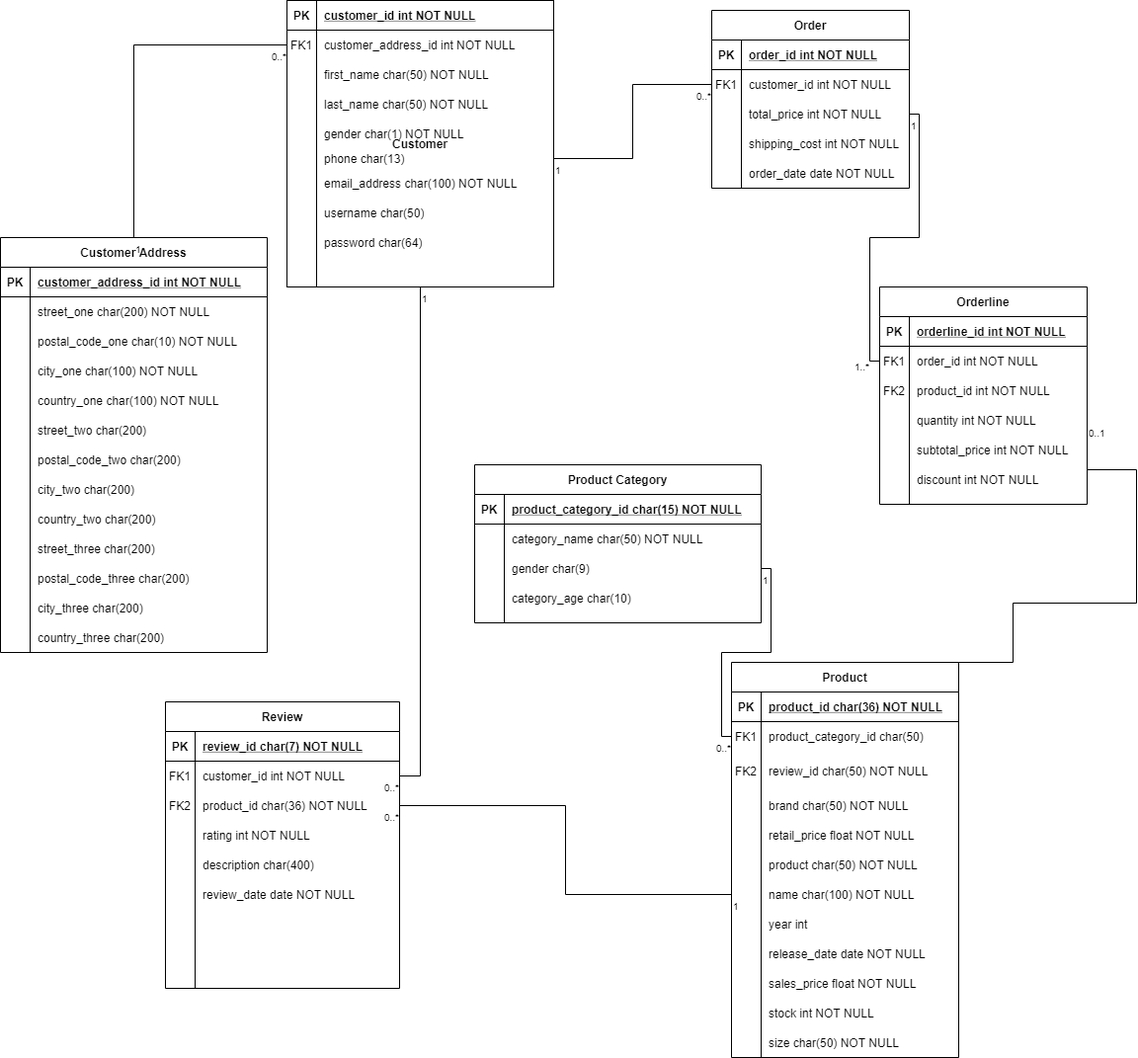
This is Diagrams/Brantayes ERD v2.png from Cerbersec/WebApp, a draw.io export, as it was before one commit. Source tidied: cells renumbered, new cells last; positions are measured from the earlier drawing's top-left corner, leaving out a move shared by most shapes.
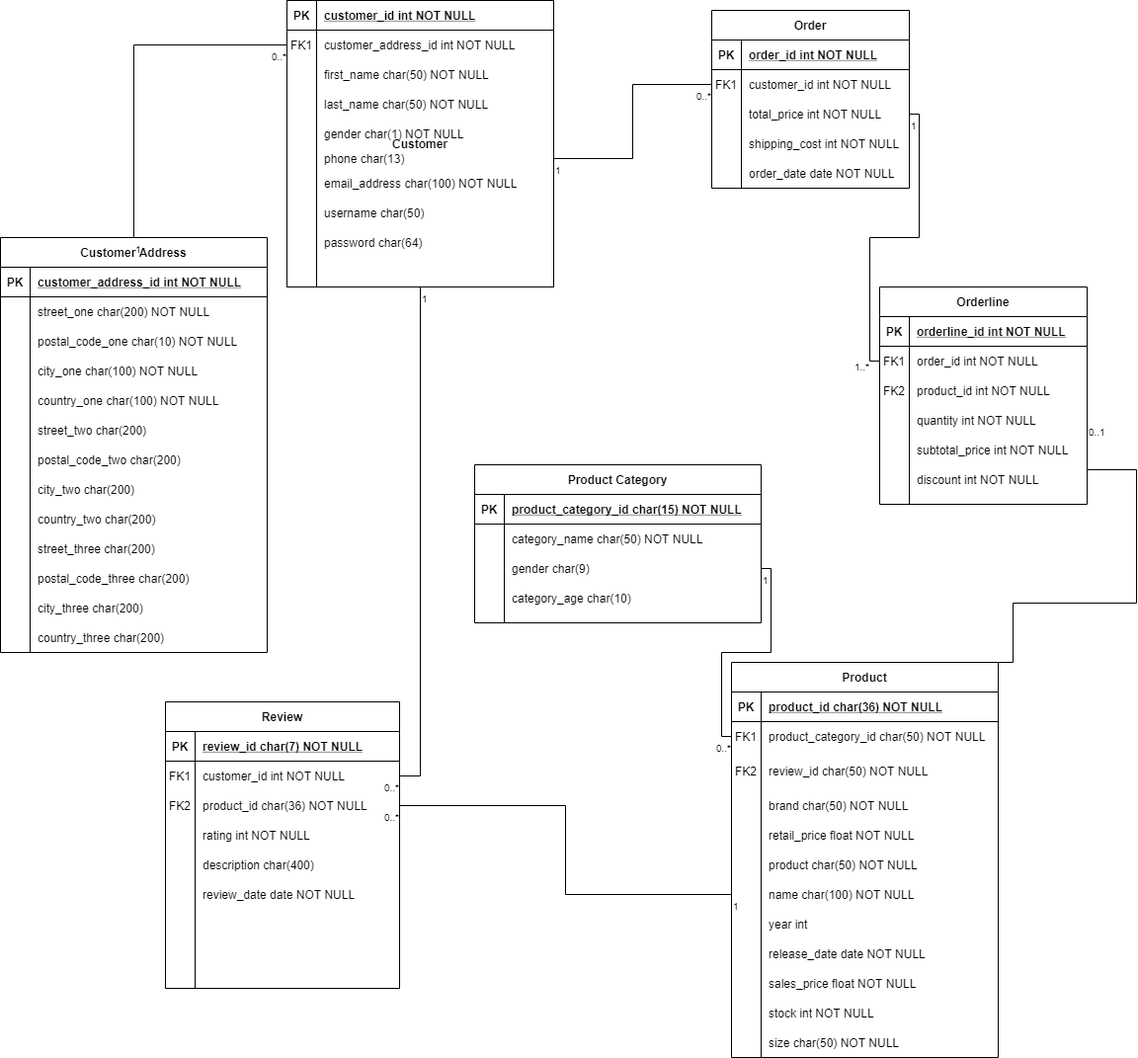
After the change.

What changed in the source:
```diff
@@ -430,115 +430,115 @@
       <mxGeometry x="30" width="180" height="30" as="geometry" />
     </mxCell>
     <mxCell id="141" value="Product" style="shape=table;startSize=30;rowLines=0;fontStyle=1;align=center;" parent="1" vertex="1">
-      <mxGeometry x="740" y="670" width="230" height="400" as="geometry" />
+      <mxGeometry x="740" y="670" width="270" height="400" as="geometry" />
     </mxCell>
     <mxCell id="142" style="shape=partialRectangle;fillColor=none;top=0;left=0;bottom=1;right=0;" parent="141" vertex="1">
-      <mxGeometry y="30" width="230" height="30" as="geometry" />
+      <mxGeometry y="30" width="270" height="30" as="geometry" />
     </mxCell>
     <mxCell id="143" value="PK" style="shape=partialRectangle;fillColor=none;top=0;left=0;bottom=0;right=0;fontStyle=1;overflow=hidden;" parent="142" vertex="1">
       <mxGeometry width="30" height="30" as="geometry" />
     </mxCell>
     <mxCell id="144" value="product_id char(36) NOT NULL" style="shape=partialRectangle;fillColor=none;top=0;left=0;bottom=0;right=0;align=left;spacingLeft=6;fontStyle=5;overflow=hidden;" parent="142" vertex="1">
-      <mxGeometry x="30" width="200" height="30" as="geometry" />
+      <mxGeometry x="30" width="240" height="30" as="geometry" />
     </mxCell>
     <mxCell id="145" style="shape=partialRectangle;fillColor=none;top=0;left=0;bottom=0;right=0;points=[[0,0.5],[1,0.5]];portConstraint=eastwest;" parent="141" vertex="1">
-      <mxGeometry y="60" width="230" height="30" as="geometry" />
+      <mxGeometry y="60" width="270" height="30" as="geometry" />
     </mxCell>
     <mxCell id="146" value="FK1" style="shape=partialRectangle;fillColor=none;top=0;left=0;bottom=0;right=0;overflow=hidden;" parent="145" vertex="1">
       <mxGeometry width="30" height="30" as="geometry" />
     </mxCell>
-    <mxCell id="147" value="product_category_id char(50)" style="shape=partialRectangle;fillColor=none;top=0;left=0;bottom=0;right=0;align=left;spacingLeft=6;overflow=hidden;" parent="145" vertex="1">
-      <mxGeometry x="30" width="200" height="30" as="geometry" />
+    <mxCell id="147" value="product_category_id char(50) NOT NULL" style="shape=partialRectangle;fillColor=none;top=0;left=0;bottom=0;right=0;align=left;spacingLeft=6;overflow=hidden;" parent="145" vertex="1">
+      <mxGeometry x="30" width="240" height="30" as="geometry" />
     </mxCell>
     <mxCell id="148" style="shape=partialRectangle;fillColor=none;top=0;left=0;bottom=0;right=0;" parent="141" vertex="1">
-      <mxGeometry y="90" width="230" height="40" as="geometry" />
+      <mxGeometry y="90" width="270" height="40" as="geometry" />
     </mxCell>
     <mxCell id="149" value="FK2" style="shape=partialRectangle;fillColor=none;top=0;left=0;bottom=0;right=0;overflow=hidden;" parent="148" vertex="1">
       <mxGeometry width="30" height="40" as="geometry" />
     </mxCell>
     <mxCell id="150" value="review_id char(50) NOT NULL" style="shape=partialRectangle;fillColor=none;top=0;left=0;bottom=0;right=0;align=left;spacingLeft=6;overflow=hidden;" parent="148" vertex="1">
-      <mxGeometry x="30" width="200" height="40" as="geometry" />
+      <mxGeometry x="30" width="240" height="40" as="geometry" />
     </mxCell>
     <mxCell id="151" style="shape=partialRectangle;fillColor=none;top=0;left=0;bottom=0;right=0;" parent="141" vertex="1">
-      <mxGeometry y="130" width="230" height="30" as="geometry" />
+      <mxGeometry y="130" width="270" height="30" as="geometry" />
     </mxCell>
     <mxCell id="152" style="shape=partialRectangle;fillColor=none;top=0;left=0;bottom=0;right=0;overflow=hidden;" parent="151" vertex="1">
       <mxGeometry width="30" height="30" as="geometry" />
     </mxCell>
     <mxCell id="153" value="brand char(50) NOT NULL" style="shape=partialRectangle;fillColor=none;top=0;left=0;bottom=0;right=0;align=left;spacingLeft=6;overflow=hidden;" parent="151" vertex="1">
-      <mxGeometry x="30" width="200" height="30" as="geometry" />
+      <mxGeometry x="30" width="240" height="30" as="geometry" />
     </mxCell>
     <mxCell id="154" style="shape=partialRectangle;fillColor=none;top=0;left=0;bottom=0;right=0;" parent="141" vertex="1">
-      <mxGeometry y="160" width="230" height="30" as="geometry" />
+      <mxGeometry y="160" width="270" height="30" as="geometry" />
     </mxCell>
     <mxCell id="155" style="shape=partialRectangle;fillColor=none;top=0;left=0;bottom=0;right=0;overflow=hidden;" parent="154" vertex="1">
       <mxGeometry width="30" height="30" as="geometry" />
     </mxCell>
     <mxCell id="156" value="retail_price float NOT NULL" style="shape=partialRectangle;fillColor=none;top=0;left=0;bottom=0;right=0;align=left;spacingLeft=6;overflow=hidden;" parent="154" vertex="1">
-      <mxGeometry x="30" width="200" height="30" as="geometry" />
+      <mxGeometry x="30" width="240" height="30" as="geometry" />
     </mxCell>
     <mxCell id="157" style="shape=partialRectangle;fillColor=none;top=0;left=0;bottom=0;right=0;" parent="141" vertex="1">
-      <mxGeometry y="190" width="230" height="30" as="geometry" />
+      <mxGeometry y="190" width="270" height="30" as="geometry" />
     </mxCell>
     <mxCell id="158" style="shape=partialRectangle;fillColor=none;top=0;left=0;bottom=0;right=0;overflow=hidden;" parent="157" vertex="1">
       <mxGeometry width="30" height="30" as="geometry" />
     </mxCell>
     <mxCell id="159" value="product char(50) NOT NULL" style="shape=partialRectangle;fillColor=none;top=0;left=0;bottom=0;right=0;align=left;spacingLeft=6;overflow=hidden;" parent="157" vertex="1">
-      <mxGeometry x="30" width="200" height="30" as="geometry" />
+      <mxGeometry x="30" width="240" height="30" as="geometry" />
     </mxCell>
     <mxCell id="160" style="shape=partialRectangle;fillColor=none;top=0;left=0;bottom=0;right=0;points=[[0,0.5],[1,0.5]];portConstraint=eastwest;" parent="141" vertex="1">
-      <mxGeometry y="220" width="230" height="30" as="geometry" />
+      <mxGeometry y="220" width="270" height="30" as="geometry" />
     </mxCell>
     <mxCell id="161" style="shape=partialRectangle;fillColor=none;top=0;left=0;bottom=0;right=0;overflow=hidden;" parent="160" vertex="1">
       <mxGeometry width="30" height="30" as="geometry" />
     </mxCell>
     <mxCell id="162" value="name char(100) NOT NULL" style="shape=partialRectangle;fillColor=none;top=0;left=0;bottom=0;right=0;align=left;spacingLeft=6;overflow=hidden;" parent="160" vertex="1">
-      <mxGeometry x="30" width="200" height="30" as="geometry" />
+      <mxGeometry x="30" width="240" height="30" as="geometry" />
     </mxCell>
     <mxCell id="163" style="shape=partialRectangle;fillColor=none;top=0;left=0;bottom=0;right=0;" parent="141" vertex="1">
-      <mxGeometry y="250" width="230" height="30" as="geometry" />
+      <mxGeometry y="250" width="270" height="30" as="geometry" />
     </mxCell>
     <mxCell id="164" style="shape=partialRectangle;fillColor=none;top=0;left=0;bottom=0;right=0;overflow=hidden;" parent="163" vertex="1">
       <mxGeometry width="30" height="30" as="geometry" />
     </mxCell>
     <mxCell id="165" value="year int" style="shape=partialRectangle;fillColor=none;top=0;left=0;bottom=0;right=0;align=left;spacingLeft=6;overflow=hidden;" parent="163" vertex="1">
-      <mxGeometry x="30" width="200" height="30" as="geometry" />
+      <mxGeometry x="30" width="240" height="30" as="geometry" />
     </mxCell>
     <mxCell id="166" style="shape=partialRectangle;fillColor=none;top=0;left=0;bottom=0;right=0;" parent="141" vertex="1">
-      <mxGeometry y="280" width="230" height="30" as="geometry" />
+      <mxGeometry y="280" width="270" height="30" as="geometry" />
     </mxCell>
     <mxCell id="167" style="shape=partialRectangle;fillColor=none;top=0;left=0;bottom=0;right=0;overflow=hidden;" parent="166" vertex="1">
       <mxGeometry width="30" height="30" as="geometry" />
     </mxCell>
     <mxCell id="168" value="release_date date NOT NULL" style="shape=partialRectangle;fillColor=none;top=0;left=0;bottom=0;right=0;align=left;spacingLeft=6;overflow=hidden;" parent="166" vertex="1">
-      <mxGeometry x="30" width="200" height="30" as="geometry" />
+      <mxGeometry x="30" width="240" height="30" as="geometry" />
     </mxCell>
     <mxCell id="169" style="shape=partialRectangle;fillColor=none;top=0;left=0;bottom=0;right=0;" parent="141" vertex="1">
-      <mxGeometry y="310" width="230" height="30" as="geometry" />
+      <mxGeometry y="310" width="270" height="30" as="geometry" />
     </mxCell>
     <mxCell id="170" style="shape=partialRectangle;fillColor=none;top=0;left=0;bottom=0;right=0;overflow=hidden;" parent="169" vertex="1">
       <mxGeometry width="30" height="30" as="geometry" />
     </mxCell>
     <mxCell id="171" value="sales_price float NOT NULL" style="shape=partialRectangle;fillColor=none;top=0;left=0;bottom=0;right=0;align=left;spacingLeft=6;overflow=hidden;" parent="169" vertex="1">
-      <mxGeometry x="30" width="200" height="30" as="geometry" />
+      <mxGeometry x="30" width="240" height="30" as="geometry" />
     </mxCell>
     <mxCell id="172" style="shape=partialRectangle;fillColor=none;top=0;left=0;bottom=0;right=0;" parent="141" vertex="1">
-      <mxGeometry y="340" width="230" height="30" as="geometry" />
+      <mxGeometry y="340" width="270" height="30" as="geometry" />
     </mxCell>
     <mxCell id="173" style="shape=partialRectangle;fillColor=none;top=0;left=0;bottom=0;right=0;overflow=hidden;" parent="172" vertex="1">
       <mxGeometry width="30" height="30" as="geometry" />
     </mxCell>
     <mxCell id="174" value="stock int NOT NULL" style="shape=partialRectangle;fillColor=none;top=0;left=0;bottom=0;right=0;align=left;spacingLeft=6;overflow=hidden;" parent="172" vertex="1">
-      <mxGeometry x="30" width="200" height="30" as="geometry" />
+      <mxGeometry x="30" width="240" height="30" as="geometry" />
     </mxCell>
     <mxCell id="175" style="shape=partialRectangle;fillColor=none;top=0;left=0;bottom=0;right=0;" parent="141" vertex="1">
-      <mxGeometry y="370" width="230" height="30" as="geometry" />
+      <mxGeometry y="370" width="270" height="30" as="geometry" />
     </mxCell>
     <mxCell id="176" style="shape=partialRectangle;fillColor=none;top=0;left=0;bottom=0;right=0;overflow=hidden;" parent="175" vertex="1">
       <mxGeometry width="30" height="30" as="geometry" />
     </mxCell>
     <mxCell id="177" value="size char(50) NOT NULL" style="shape=partialRectangle;fillColor=none;top=0;left=0;bottom=0;right=0;align=left;spacingLeft=6;overflow=hidden;" parent="175" vertex="1">
-      <mxGeometry x="30" width="200" height="30" as="geometry" />
+      <mxGeometry x="30" width="240" height="30" as="geometry" />
     </mxCell>
     <mxCell id="178" value="Review" style="shape=table;startSize=30;rowLines=0;fontStyle=1;align=center;" parent="1" vertex="1">
       <mxGeometry x="167" y="710" width="237" height="290" as="geometry" />
```
